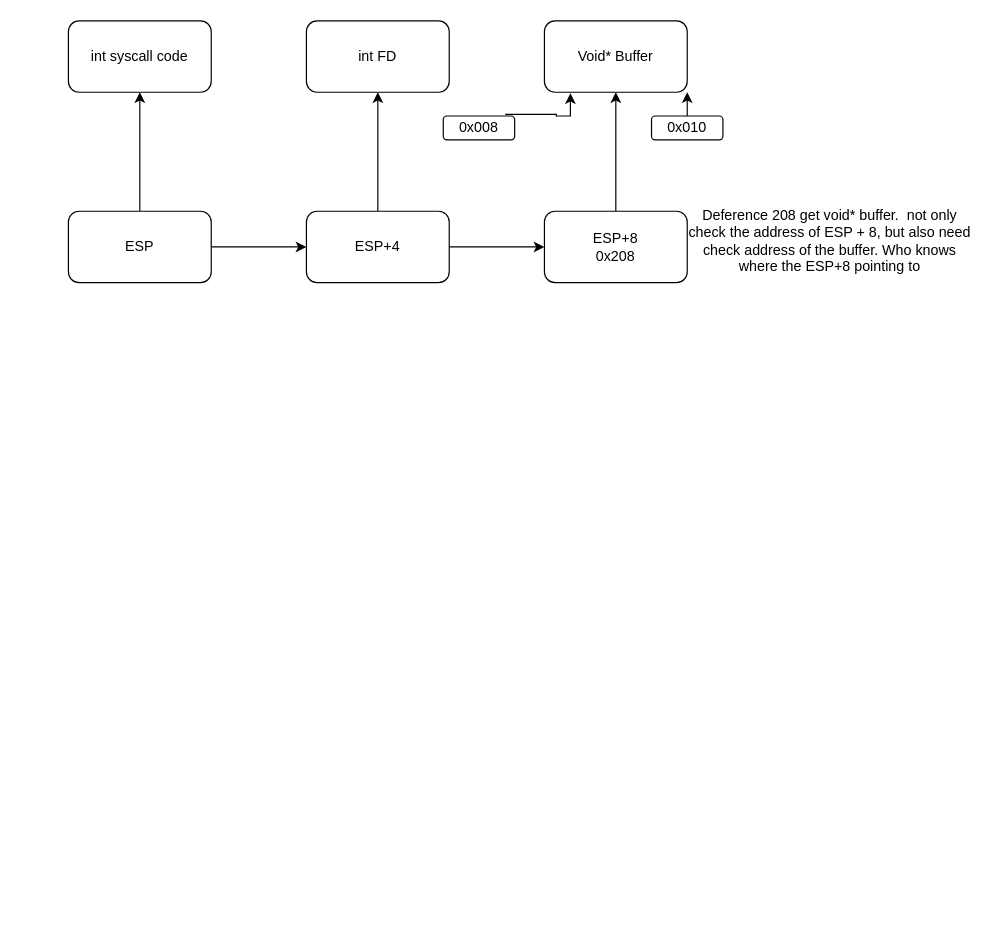
The draw.io diagram Project2 phrase2 Diagram.drawio in honchingli/chat_cuteegif_ubhacking2020, before the edit. Source tidied: cells renumbered, new cells numbered last; positions are measured from the earlier drawing's top-left corner, leaving out a move shared by most shapes. Both pictures are drawn from the tidied source at 119%, with x=0, y=0 at pixel (68, 20).
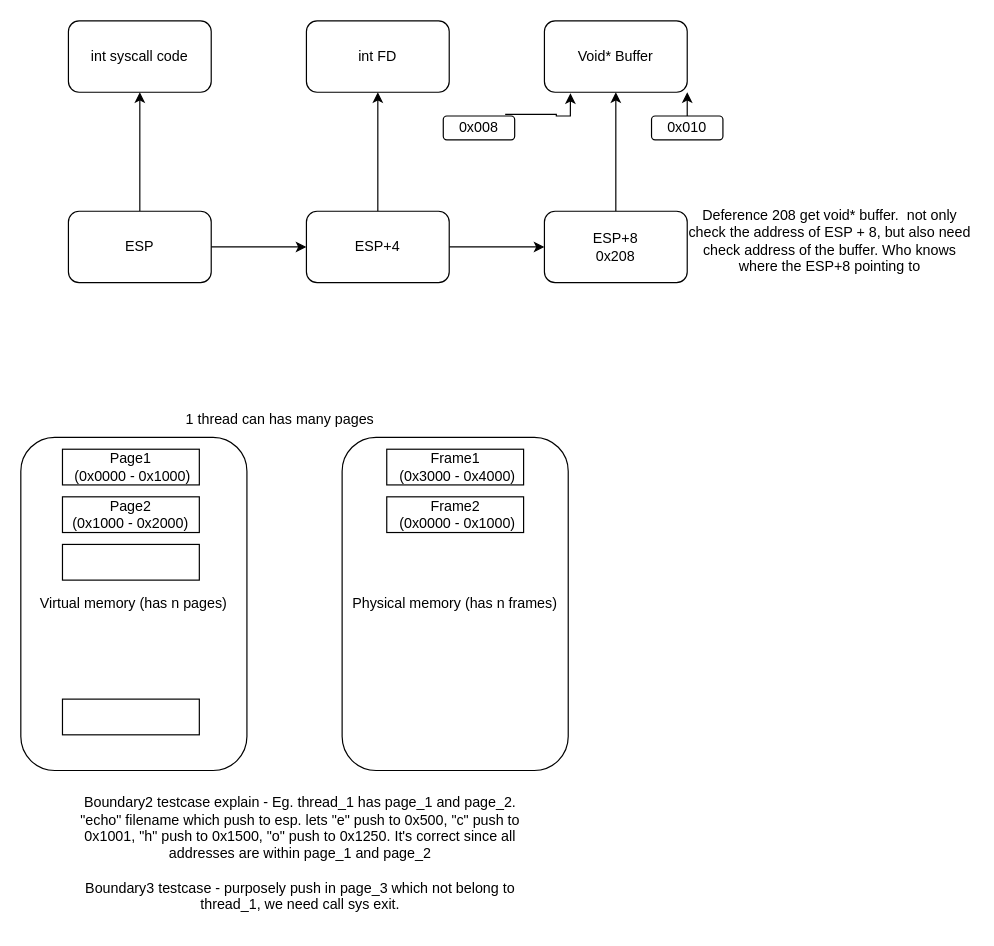
The same diagram, later.

The edit, as a diff of the source:
```diff
@@
+    <mxCell id="18" value="Virtual memory (has n pages)" style="rounded=1;whiteSpace=wrap;html=1;" parent="1" vertex="1">
+      <mxGeometry x="-40" y="350" width="190" height="280" as="geometry" />
+    </mxCell>
+    <mxCell id="19" value="Page1&lt;br&gt;&amp;nbsp;(0x0000 - 0x1000)" style="rounded=0;whiteSpace=wrap;html=1;" parent="1" vertex="1">
+      <mxGeometry x="-5" y="360" width="115" height="30" as="geometry" />
+    </mxCell>
+    <mxCell id="20" value="Page2&lt;br&gt;(0x1000 - 0x2000)" style="rounded=0;whiteSpace=wrap;html=1;" parent="1" vertex="1">
+      <mxGeometry x="-5" y="400" width="115" height="30" as="geometry" />
+    </mxCell>
+    <mxCell id="21" style="rounded=0;whiteSpace=wrap;html=1;" parent="1" vertex="1">
+      <mxGeometry x="-5" y="440" width="115" height="30" as="geometry" />
+    </mxCell>
+    <mxCell id="22" style="rounded=0;whiteSpace=wrap;html=1;" parent="1" vertex="1">
+      <mxGeometry x="-5" y="570" width="115" height="30" as="geometry" />
+    </mxCell>
+    <mxCell id="23" value="Physical memory (has n frames)" style="rounded=1;whiteSpace=wrap;html=1;" parent="1" vertex="1">
+      <mxGeometry x="230" y="350" width="190" height="280" as="geometry" />
+    </mxCell>
+    <mxCell id="24" value="Frame1&lt;br&gt;&amp;nbsp;(0x3000 - 0x4000)" style="rounded=0;whiteSpace=wrap;html=1;" parent="1" vertex="1">
+      <mxGeometry x="267.5" y="360" width="115" height="30" as="geometry" />
+    </mxCell>
+    <mxCell id="25" value="Frame2&lt;br&gt;&amp;nbsp;(0x0000 - 0x1000)" style="rounded=0;whiteSpace=wrap;html=1;" parent="1" vertex="1">
+      <mxGeometry x="267.5" y="400" width="115" height="30" as="geometry" />
+    </mxCell>
+    <mxCell id="26" value="1 thread can has many pages" style="text;html=1;strokeColor=none;fillColor=none;align=center;verticalAlign=middle;whiteSpace=wrap;rounded=0;" parent="1" vertex="1">
+      <mxGeometry x="87.5" y="320" width="180" height="30" as="geometry" />
+    </mxCell>
+    <mxCell id="27" value="Boundary2 testcase explain - Eg. thread_1 has page_1 and page_2. &quot;echo&quot; filename which push to esp. lets &quot;e&quot; push to 0x500, &quot;c&quot; push to 0x1001, &quot;h&quot; push to 0x1500, &quot;o&quot; push to 0x1250. It's correct since all addresses are within page_1 and page_2&lt;br&gt;&lt;br&gt;Boundary3 testcase - purposely push in page_3 which not belong to thread_1, we need call sys exit." style="text;html=1;strokeColor=none;fillColor=none;align=center;verticalAlign=middle;whiteSpace=wrap;rounded=0;" parent="1" vertex="1">
+      <mxGeometry y="640" width="390" height="120" as="geometry" />
+    </mxCell>
```
